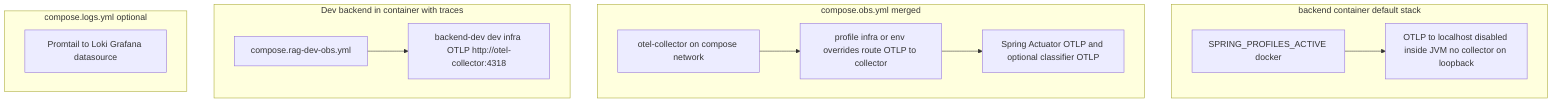
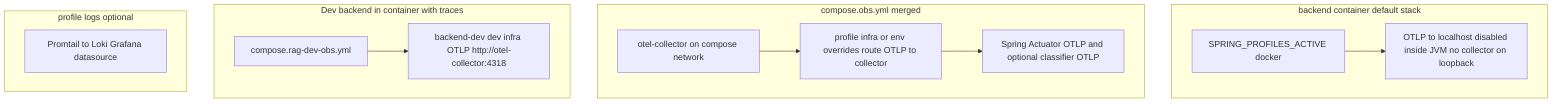
%% How telemetry gets enabled —Spring profiles and OTLP endpoints observability/README.md compose.obs.yml compose.rag-dev-obs.yml
flowchart TB
  subgraph default_docker [backend container default stack]
    D1["SPRING_PROFILES_ACTIVE docker"]
    D2["OTLP to localhost disabled inside JVM no collector on loopback"]
    D1 --> D2
  end

  subgraph obs_merge [compose.obs.yml merged]
    O1["otel-collector on compose network"]
    O2["profile infra or env overrides route OTLP to collector"]
    O3["Spring Actuator OTLP and optional classifier OTLP"]
    O1 --> O2 --> O3
  end

  subgraph dev_obs [Dev backend in container with traces]
    R1[compose.rag-dev-obs.yml]
    R2["backend-dev dev infra OTLP http://otel-collector:4318"]
    R1 --> R2
  end

-   subgraph logs_opt [compose.logs.yml optional]
+   subgraph logs_opt [profile logs optional]
    L1["Promtail to Loki Grafana datasource"]
  end
